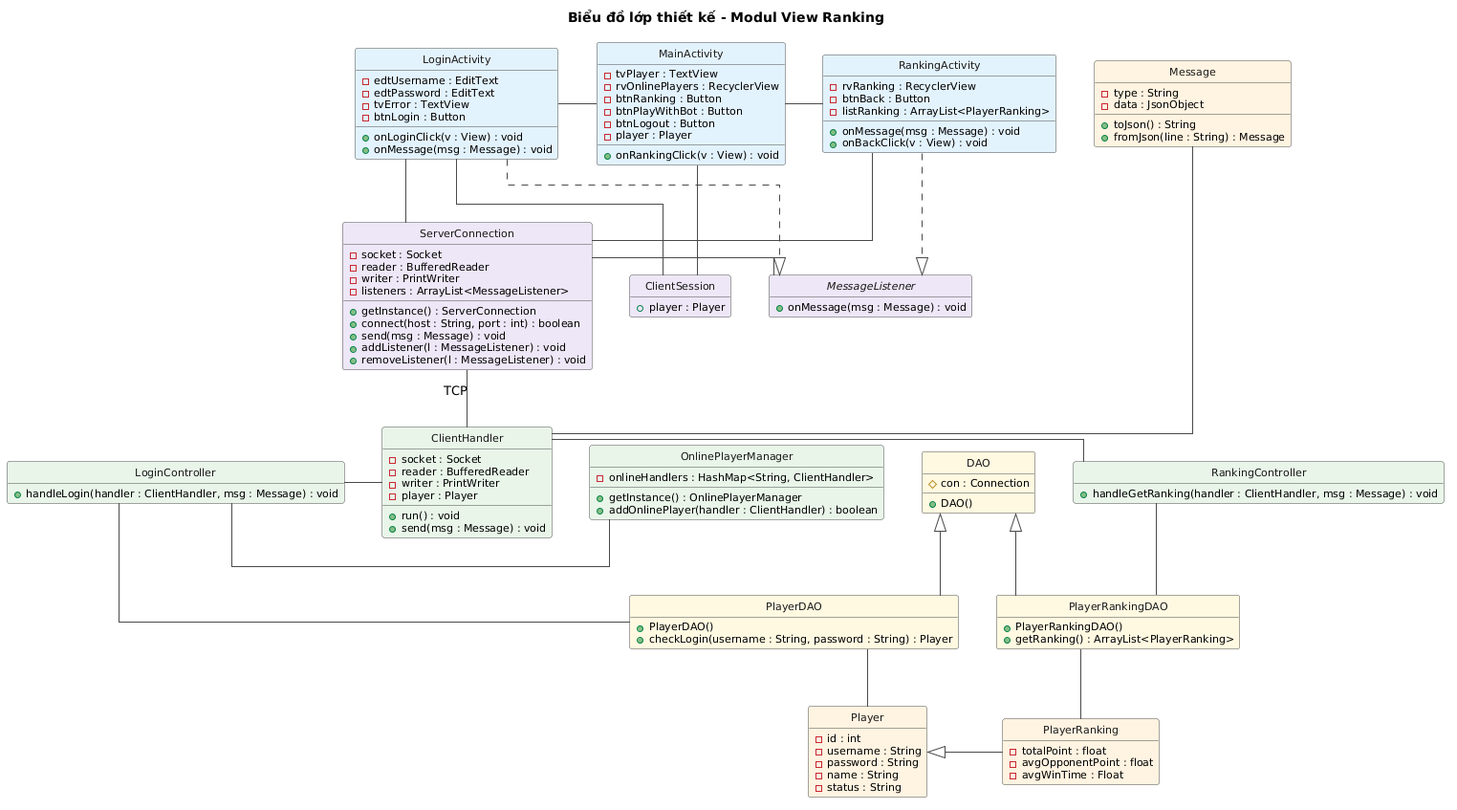
This is docs/uml/pha3/class-design-m2.png from VattenL/mobile-pikachu, a PlantUML export, as it was before one commit.
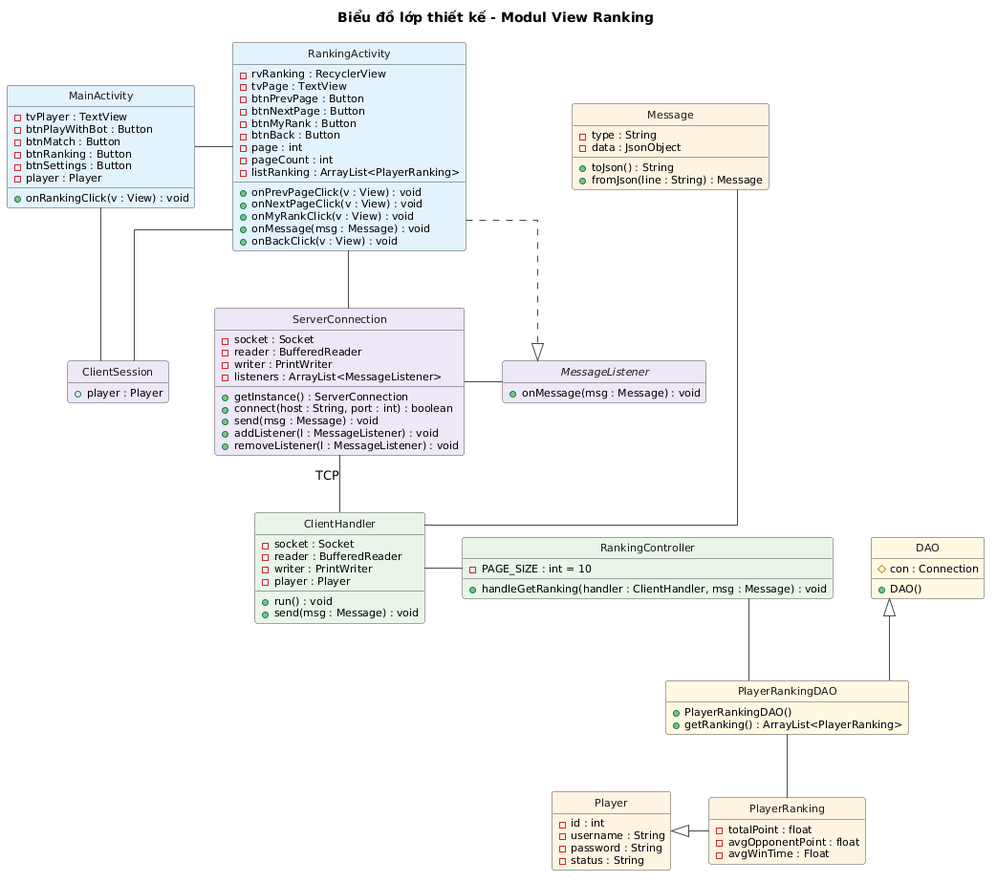
Above is the later version.

The edit, as a diff of the source:
```diff
@@ -15,29 +15,29 @@
   FontColor #1A1A1A
 }
 
-class LoginActivity #E3F2FD {
-  - edtUsername : EditText
-  - edtPassword : EditText
-  - tvError : TextView
-  - btnLogin : Button
-  + onLoginClick(v : View) : void
-  + onMessage(msg : Message) : void
-}
-
 class MainActivity #E3F2FD {
   - tvPlayer : TextView
-  - rvOnlinePlayers : RecyclerView
+  - btnPlayWithBot : Button
+  - btnMatch : Button
   - btnRanking : Button
-  - btnPlayWithBot : Button
-  - btnLogout : Button
+  - btnSettings : Button
   - player : Player
   + onRankingClick(v : View) : void
 }
 
 class RankingActivity #E3F2FD {
   - rvRanking : RecyclerView
+  - tvPage : TextView
+  - btnPrevPage : Button
+  - btnNextPage : Button
+  - btnMyRank : Button
   - btnBack : Button
+  - page : int
+  - pageCount : int
   - listRanking : ArrayList<PlayerRanking>
+  + onPrevPageClick(v : View) : void
+  + onNextPageClick(v : View) : void
+  + onMyRankClick(v : View) : void
   + onMessage(msg : Message) : void
   + onBackClick(v : View) : void
 }
@@ -71,28 +71,14 @@
   + send(msg : Message) : void
 }
 
-class LoginController #E8F5E9 {
-  + handleLogin(handler : ClientHandler, msg : Message) : void
-}
-
 class RankingController #E8F5E9 {
+  - PAGE_SIZE : int = 10
   + handleGetRanking(handler : ClientHandler, msg : Message) : void
-}
-
-class OnlinePlayerManager #E8F5E9 {
-  - onlineHandlers : HashMap<String, ClientHandler>
-  + getInstance() : OnlinePlayerManager
-  + addOnlinePlayer(handler : ClientHandler) : boolean
 }
 
 class DAO #FFF8E1 {
   # con : Connection
   + DAO()
-}
-
-class PlayerDAO #FFF8E1 {
-  + PlayerDAO()
-  + checkLogin(username : String, password : String) : Player
 }
 
 class PlayerRankingDAO #FFF8E1 {
@@ -111,7 +97,6 @@
   - id : int
   - username : String
   - password : String
-  - name : String
   - status : String
 }
 
@@ -121,29 +106,20 @@
   - avgWinTime : Float
 }
 
-LoginActivity -right- MainActivity
 MainActivity -right- RankingActivity
-LoginActivity ..|> MessageListener
 RankingActivity ..|> MessageListener
 
-LoginActivity -down- ServerConnection
 RankingActivity -down- ServerConnection
-LoginActivity -down- ClientSession
 MainActivity -down- ClientSession
+RankingActivity -down- ClientSession
 ServerConnection -right- MessageListener
-ServerConnection -[hidden]right- ClientSession
 
 ServerConnection -down- ClientHandler : TCP
-ClientHandler -right- LoginController
 ClientHandler -right- RankingController
-LoginController -right- OnlinePlayerManager
 
-LoginController -down- PlayerDAO
 RankingController -down- PlayerRankingDAO
-DAO <|-down- PlayerDAO
 DAO <|-down- PlayerRankingDAO
 
-PlayerDAO -down- Player
 PlayerRankingDAO -down- PlayerRanking
 PlayerRanking -left-|> Player
 ClientHandler -[norank]- Message
```
